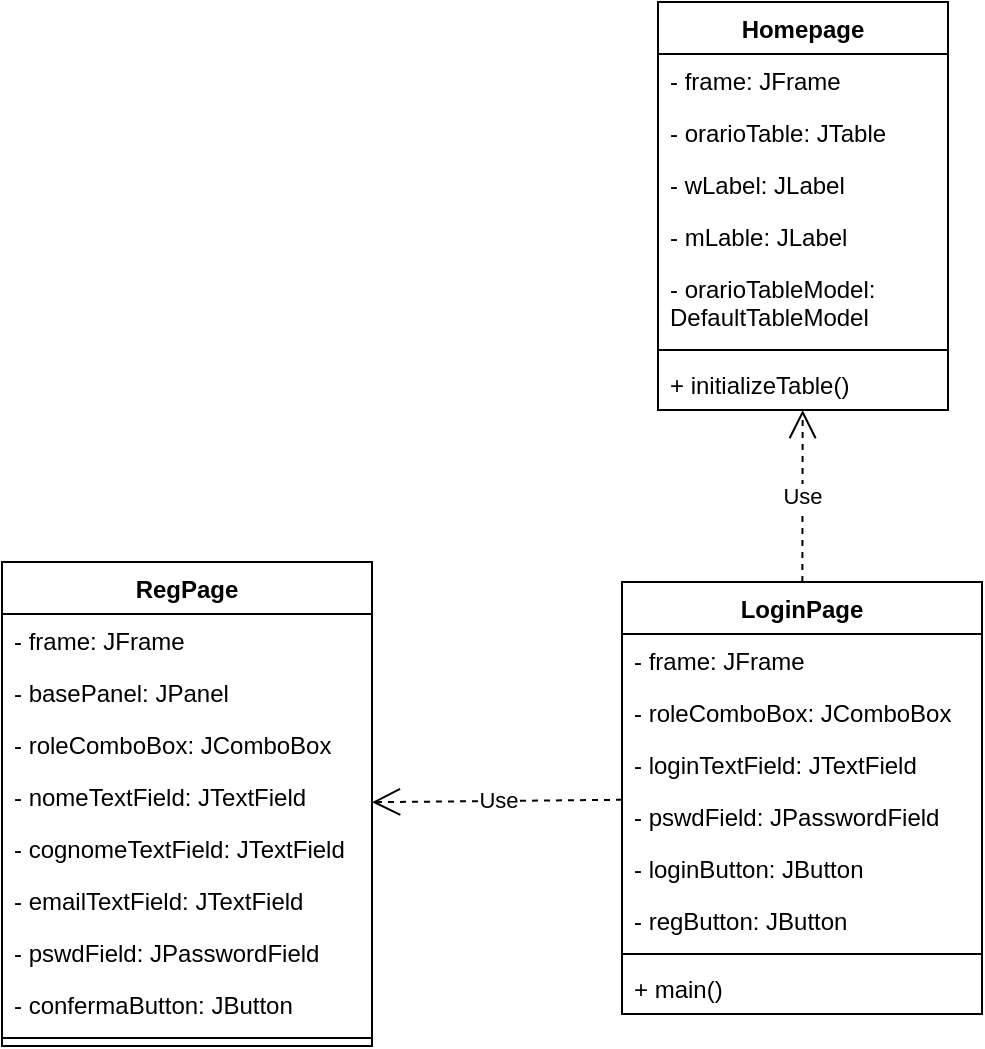
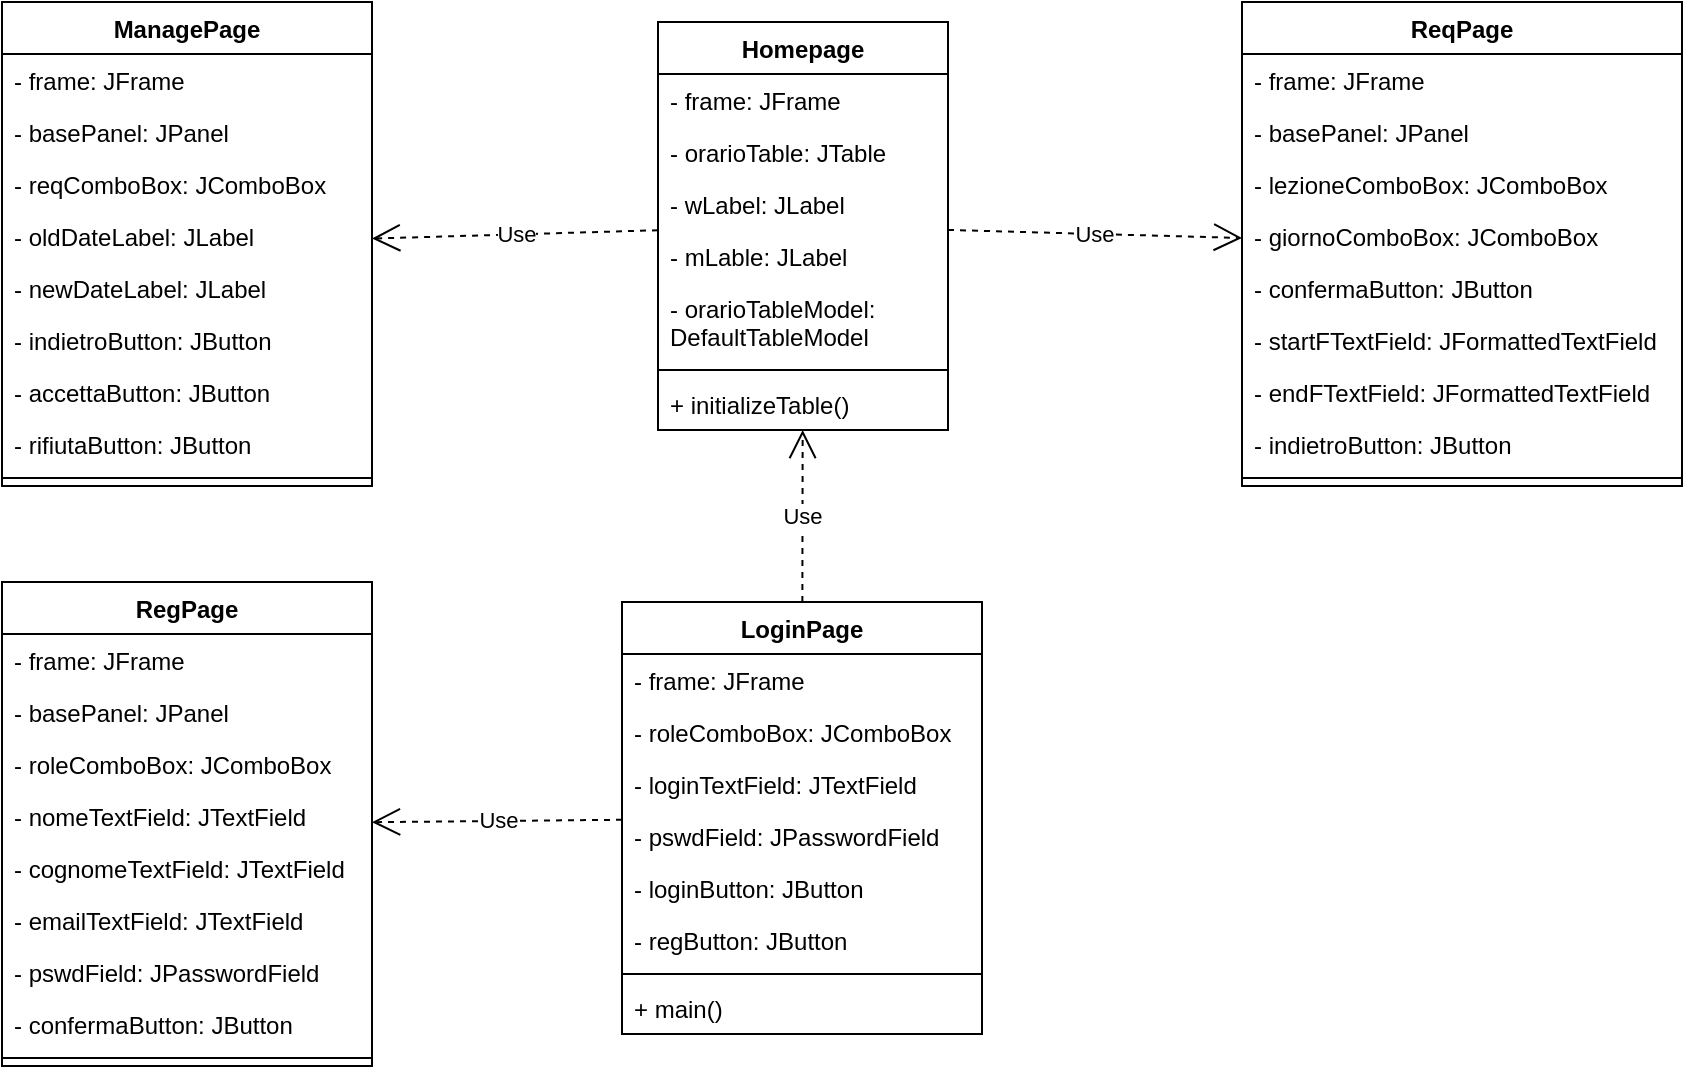
- <mxfile host="Electron" agent="Mozilla/5.0 (X11; Linux x86_64) AppleWebKit/537.36 (KHTML, like Gecko) draw.io/29.6.6 Chrome/144.0.7559.236 Electron/40.8.4 Safari/537.36" version="29.6.6">
+ <mxfile host="app.diagrams.net" agent="Mozilla/5.0 (X11; Linux x86_64) AppleWebKit/537.36 (KHTML, like Gecko) draw.io/29.6.6 Chrome/144.0.7559.236 Electron/40.8.4 Safari/537.36">
  <diagram name="Page-1" id="aBsv0IOiQRZ9T9_afBwG">
-     <mxGraphModel dx="691" dy="862" grid="1" gridSize="10" guides="1" tooltips="1" connect="1" arrows="1" fold="1" page="1" pageScale="1" pageWidth="850" pageHeight="1100" math="0" shadow="0">
+     <mxGraphModel dx="1030" dy="577" grid="1" gridSize="10" guides="1" tooltips="1" connect="1" arrows="1" fold="1" page="1" pageScale="1" pageWidth="850" pageHeight="1100" math="0" shadow="0">
      <root>
        <mxCell id="0" />
        <mxCell id="1" parent="0" />
        <mxCell id="uZw-DE3QauHb4pej0JbW-1" parent="1" style="swimlane;fontStyle=1;align=center;verticalAlign=top;childLayout=stackLayout;horizontal=1;startSize=26;horizontalStack=0;resizeParent=1;resizeParentMax=0;resizeLast=0;collapsible=1;marginBottom=0;whiteSpace=wrap;html=1;" value="Homepage" vertex="1">
          <mxGeometry height="204" width="145" x="458" y="80" as="geometry" />
        </mxCell>
        <mxCell id="uZw-DE3QauHb4pej0JbW-2" parent="uZw-DE3QauHb4pej0JbW-1" style="text;strokeColor=none;fillColor=none;align=left;verticalAlign=top;spacingLeft=4;spacingRight=4;overflow=hidden;rotatable=0;points=[[0,0.5],[1,0.5]];portConstraint=eastwest;whiteSpace=wrap;html=1;" value="- frame: JFrame" vertex="1">
          <mxGeometry height="26" width="145" y="26" as="geometry" />
        </mxCell>
        <mxCell id="uZw-DE3QauHb4pej0JbW-5" parent="uZw-DE3QauHb4pej0JbW-1" style="text;strokeColor=none;fillColor=none;align=left;verticalAlign=top;spacingLeft=4;spacingRight=4;overflow=hidden;rotatable=0;points=[[0,0.5],[1,0.5]];portConstraint=eastwest;whiteSpace=wrap;html=1;" value="- orarioTable: JTable" vertex="1">
          <mxGeometry height="26" width="145" y="52" as="geometry" />
        </mxCell>
        <mxCell id="uZw-DE3QauHb4pej0JbW-6" parent="uZw-DE3QauHb4pej0JbW-1" style="text;strokeColor=none;fillColor=none;align=left;verticalAlign=top;spacingLeft=4;spacingRight=4;overflow=hidden;rotatable=0;points=[[0,0.5],[1,0.5]];portConstraint=eastwest;whiteSpace=wrap;html=1;" value="- wLabel: JLabel" vertex="1">
          <mxGeometry height="26" width="145" y="78" as="geometry" />
        </mxCell>
        <mxCell id="uZw-DE3QauHb4pej0JbW-8" parent="uZw-DE3QauHb4pej0JbW-1" style="text;strokeColor=none;fillColor=none;align=left;verticalAlign=top;spacingLeft=4;spacingRight=4;overflow=hidden;rotatable=0;points=[[0,0.5],[1,0.5]];portConstraint=eastwest;whiteSpace=wrap;html=1;" value="- mLable: JLabel" vertex="1">
          <mxGeometry height="26" width="145" y="104" as="geometry" />
        </mxCell>
        <mxCell id="uZw-DE3QauHb4pej0JbW-7" parent="uZw-DE3QauHb4pej0JbW-1" style="text;strokeColor=none;fillColor=none;align=left;verticalAlign=top;spacingLeft=4;spacingRight=4;overflow=hidden;rotatable=0;points=[[0,0.5],[1,0.5]];portConstraint=eastwest;whiteSpace=wrap;html=1;" value="- orarioTableModel: DefaultTableModel" vertex="1">
          <mxGeometry height="40" width="145" y="130" as="geometry" />
        </mxCell>
        <mxCell id="uZw-DE3QauHb4pej0JbW-3" parent="uZw-DE3QauHb4pej0JbW-1" style="line;strokeWidth=1;fillColor=none;align=left;verticalAlign=middle;spacingTop=-1;spacingLeft=3;spacingRight=3;rotatable=0;labelPosition=right;points=[];portConstraint=eastwest;strokeColor=inherit;" value="" vertex="1">
          <mxGeometry height="8" width="145" y="170" as="geometry" />
        </mxCell>
        <mxCell id="uZw-DE3QauHb4pej0JbW-4" parent="uZw-DE3QauHb4pej0JbW-1" style="text;strokeColor=none;fillColor=none;align=left;verticalAlign=top;spacingLeft=4;spacingRight=4;overflow=hidden;rotatable=0;points=[[0,0.5],[1,0.5]];portConstraint=eastwest;whiteSpace=wrap;html=1;" value="+ initializeTable()" vertex="1">
          <mxGeometry height="26" width="145" y="178" as="geometry" />
        </mxCell>
        <mxCell id="uZw-DE3QauHb4pej0JbW-9" parent="1" style="swimlane;fontStyle=1;align=center;verticalAlign=top;childLayout=stackLayout;horizontal=1;startSize=26;horizontalStack=0;resizeParent=1;resizeParentMax=0;resizeLast=0;collapsible=1;marginBottom=0;whiteSpace=wrap;html=1;" value="LoginPage" vertex="1">
          <mxGeometry height="216" width="180" x="440" y="370" as="geometry" />
        </mxCell>
        <mxCell id="uZw-DE3QauHb4pej0JbW-13" parent="uZw-DE3QauHb4pej0JbW-9" style="text;strokeColor=none;fillColor=none;align=left;verticalAlign=top;spacingLeft=4;spacingRight=4;overflow=hidden;rotatable=0;points=[[0,0.5],[1,0.5]];portConstraint=eastwest;whiteSpace=wrap;html=1;" value="- frame: JFrame" vertex="1">
          <mxGeometry height="26" width="180" y="26" as="geometry" />
        </mxCell>
        <mxCell id="uZw-DE3QauHb4pej0JbW-17" parent="uZw-DE3QauHb4pej0JbW-9" style="text;strokeColor=none;fillColor=none;align=left;verticalAlign=top;spacingLeft=4;spacingRight=4;overflow=hidden;rotatable=0;points=[[0,0.5],[1,0.5]];portConstraint=eastwest;whiteSpace=wrap;html=1;" value="- roleComboBox: JComboBox" vertex="1">
          <mxGeometry height="26" width="180" y="52" as="geometry" />
        </mxCell>
        <mxCell id="uZw-DE3QauHb4pej0JbW-18" parent="uZw-DE3QauHb4pej0JbW-9" style="text;strokeColor=none;fillColor=none;align=left;verticalAlign=top;spacingLeft=4;spacingRight=4;overflow=hidden;rotatable=0;points=[[0,0.5],[1,0.5]];portConstraint=eastwest;whiteSpace=wrap;html=1;" value="- loginTextField: JTextField" vertex="1">
          <mxGeometry height="26" width="180" y="78" as="geometry" />
        </mxCell>
        <mxCell id="uZw-DE3QauHb4pej0JbW-16" parent="uZw-DE3QauHb4pej0JbW-9" style="text;strokeColor=none;fillColor=none;align=left;verticalAlign=top;spacingLeft=4;spacingRight=4;overflow=hidden;rotatable=0;points=[[0,0.5],[1,0.5]];portConstraint=eastwest;whiteSpace=wrap;html=1;" value="- pswdField: JPasswordField" vertex="1">
          <mxGeometry height="26" width="180" y="104" as="geometry" />
        </mxCell>
        <mxCell id="uZw-DE3QauHb4pej0JbW-19" parent="uZw-DE3QauHb4pej0JbW-9" style="text;strokeColor=none;fillColor=none;align=left;verticalAlign=top;spacingLeft=4;spacingRight=4;overflow=hidden;rotatable=0;points=[[0,0.5],[1,0.5]];portConstraint=eastwest;whiteSpace=wrap;html=1;" value="- loginButton: JButton" vertex="1">
          <mxGeometry height="26" width="180" y="130" as="geometry" />
        </mxCell>
        <mxCell id="uZw-DE3QauHb4pej0JbW-20" parent="uZw-DE3QauHb4pej0JbW-9" style="text;strokeColor=none;fillColor=none;align=left;verticalAlign=top;spacingLeft=4;spacingRight=4;overflow=hidden;rotatable=0;points=[[0,0.5],[1,0.5]];portConstraint=eastwest;whiteSpace=wrap;html=1;" value="- regButton: JButton" vertex="1">
          <mxGeometry height="26" width="180" y="156" as="geometry" />
        </mxCell>
        <mxCell id="uZw-DE3QauHb4pej0JbW-11" parent="uZw-DE3QauHb4pej0JbW-9" style="line;strokeWidth=1;fillColor=none;align=left;verticalAlign=middle;spacingTop=-1;spacingLeft=3;spacingRight=3;rotatable=0;labelPosition=right;points=[];portConstraint=eastwest;strokeColor=inherit;" value="" vertex="1">
          <mxGeometry height="8" width="180" y="182" as="geometry" />
        </mxCell>
        <mxCell id="uZw-DE3QauHb4pej0JbW-12" parent="uZw-DE3QauHb4pej0JbW-9" style="text;strokeColor=none;fillColor=none;align=left;verticalAlign=top;spacingLeft=4;spacingRight=4;overflow=hidden;rotatable=0;points=[[0,0.5],[1,0.5]];portConstraint=eastwest;whiteSpace=wrap;html=1;" value="+ main()" vertex="1">
          <mxGeometry height="26" width="180" y="190" as="geometry" />
        </mxCell>
        <mxCell id="JjeZCCtWmsHuJB23ZqL8-1" parent="1" style="swimlane;fontStyle=1;align=center;verticalAlign=top;childLayout=stackLayout;horizontal=1;startSize=26;horizontalStack=0;resizeParent=1;resizeParentMax=0;resizeLast=0;collapsible=1;marginBottom=0;whiteSpace=wrap;html=1;" value="RegPage" vertex="1">
          <mxGeometry height="242" width="185" x="130" y="360" as="geometry" />
        </mxCell>
        <mxCell id="JjeZCCtWmsHuJB23ZqL8-6" parent="JjeZCCtWmsHuJB23ZqL8-1" style="text;strokeColor=none;fillColor=none;align=left;verticalAlign=top;spacingLeft=4;spacingRight=4;overflow=hidden;rotatable=0;points=[[0,0.5],[1,0.5]];portConstraint=eastwest;whiteSpace=wrap;html=1;" value="- frame: JFrame" vertex="1">
          <mxGeometry height="26" width="185" y="26" as="geometry" />
        </mxCell>
        <mxCell id="JjeZCCtWmsHuJB23ZqL8-7" parent="JjeZCCtWmsHuJB23ZqL8-1" style="text;strokeColor=none;fillColor=none;align=left;verticalAlign=top;spacingLeft=4;spacingRight=4;overflow=hidden;rotatable=0;points=[[0,0.5],[1,0.5]];portConstraint=eastwest;whiteSpace=wrap;html=1;" value="- basePanel: JPanel" vertex="1">
          <mxGeometry height="26" width="185" y="52" as="geometry" />
        </mxCell>
        <mxCell id="JjeZCCtWmsHuJB23ZqL8-9" parent="JjeZCCtWmsHuJB23ZqL8-1" style="text;strokeColor=none;fillColor=none;align=left;verticalAlign=top;spacingLeft=4;spacingRight=4;overflow=hidden;rotatable=0;points=[[0,0.5],[1,0.5]];portConstraint=eastwest;whiteSpace=wrap;html=1;" value="- roleComboBox: JComboBox" vertex="1">
          <mxGeometry height="26" width="185" y="78" as="geometry" />
        </mxCell>
        <mxCell id="JjeZCCtWmsHuJB23ZqL8-8" parent="JjeZCCtWmsHuJB23ZqL8-1" style="text;strokeColor=none;fillColor=none;align=left;verticalAlign=top;spacingLeft=4;spacingRight=4;overflow=hidden;rotatable=0;points=[[0,0.5],[1,0.5]];portConstraint=eastwest;whiteSpace=wrap;html=1;" value="- nomeTextField: JTextField" vertex="1">
          <mxGeometry height="26" width="185" y="104" as="geometry" />
        </mxCell>
        <mxCell id="JjeZCCtWmsHuJB23ZqL8-11" parent="JjeZCCtWmsHuJB23ZqL8-1" style="text;strokeColor=none;fillColor=none;align=left;verticalAlign=top;spacingLeft=4;spacingRight=4;overflow=hidden;rotatable=0;points=[[0,0.5],[1,0.5]];portConstraint=eastwest;whiteSpace=wrap;html=1;" value="- cognomeTextField: JTextField" vertex="1">
          <mxGeometry height="26" width="185" y="130" as="geometry" />
        </mxCell>
        <mxCell id="JjeZCCtWmsHuJB23ZqL8-14" parent="JjeZCCtWmsHuJB23ZqL8-1" style="text;strokeColor=none;fillColor=none;align=left;verticalAlign=top;spacingLeft=4;spacingRight=4;overflow=hidden;rotatable=0;points=[[0,0.5],[1,0.5]];portConstraint=eastwest;whiteSpace=wrap;html=1;" value="- emailTextField: JTextField" vertex="1">
          <mxGeometry height="26" width="185" y="156" as="geometry" />
        </mxCell>
        <mxCell id="JjeZCCtWmsHuJB23ZqL8-12" parent="JjeZCCtWmsHuJB23ZqL8-1" style="text;strokeColor=none;fillColor=none;align=left;verticalAlign=top;spacingLeft=4;spacingRight=4;overflow=hidden;rotatable=0;points=[[0,0.5],[1,0.5]];portConstraint=eastwest;whiteSpace=wrap;html=1;" value="- pswdField: JPasswordField" vertex="1">
          <mxGeometry height="26" width="185" y="182" as="geometry" />
        </mxCell>
        <mxCell id="JjeZCCtWmsHuJB23ZqL8-13" parent="JjeZCCtWmsHuJB23ZqL8-1" style="text;strokeColor=none;fillColor=none;align=left;verticalAlign=top;spacingLeft=4;spacingRight=4;overflow=hidden;rotatable=0;points=[[0,0.5],[1,0.5]];portConstraint=eastwest;whiteSpace=wrap;html=1;" value="- confermaButton: JButton" vertex="1">
          <mxGeometry height="26" width="185" y="208" as="geometry" />
        </mxCell>
        <mxCell id="JjeZCCtWmsHuJB23ZqL8-3" parent="JjeZCCtWmsHuJB23ZqL8-1" style="line;strokeWidth=1;fillColor=none;align=left;verticalAlign=middle;spacingTop=-1;spacingLeft=3;spacingRight=3;rotatable=0;labelPosition=right;points=[];portConstraint=eastwest;strokeColor=inherit;" value="" vertex="1">
          <mxGeometry height="8" width="185" y="234" as="geometry" />
        </mxCell>
        <mxCell id="JjeZCCtWmsHuJB23ZqL8-15" edge="1" parent="1" source="uZw-DE3QauHb4pej0JbW-9" style="endArrow=open;endSize=12;dashed=1;html=1;rounded=0;" target="JjeZCCtWmsHuJB23ZqL8-1" value="Use">
          <mxGeometry relative="1" width="160" as="geometry">
            <mxPoint x="300" y="440" as="sourcePoint" />
            <mxPoint x="460" y="440" as="targetPoint" />
          </mxGeometry>
        </mxCell>
        <mxCell id="JjeZCCtWmsHuJB23ZqL8-16" edge="1" parent="1" source="uZw-DE3QauHb4pej0JbW-9" style="endArrow=open;endSize=12;dashed=1;html=1;rounded=0;" target="uZw-DE3QauHb4pej0JbW-1" value="Use">
          <mxGeometry relative="1" width="160" as="geometry">
            <mxPoint x="545" y="480" as="sourcePoint" />
            <mxPoint x="420" y="481" as="targetPoint" />
          </mxGeometry>
        </mxCell>
+         <mxCell id="9qRO1XkaTojXM14kUFWs-1" parent="1" style="swimlane;fontStyle=1;align=center;verticalAlign=top;childLayout=stackLayout;horizontal=1;startSize=26;horizontalStack=0;resizeParent=1;resizeParentMax=0;resizeLast=0;collapsible=1;marginBottom=0;whiteSpace=wrap;html=1;" value="ManagePage" vertex="1">
+           <mxGeometry height="242" width="185" x="130" y="70" as="geometry" />
+         </mxCell>
+         <mxCell id="9qRO1XkaTojXM14kUFWs-2" parent="9qRO1XkaTojXM14kUFWs-1" style="text;strokeColor=none;fillColor=none;align=left;verticalAlign=top;spacingLeft=4;spacingRight=4;overflow=hidden;rotatable=0;points=[[0,0.5],[1,0.5]];portConstraint=eastwest;whiteSpace=wrap;html=1;" value="- frame: JFrame" vertex="1">
+           <mxGeometry height="26" width="185" y="26" as="geometry" />
+         </mxCell>
+         <mxCell id="9qRO1XkaTojXM14kUFWs-3" parent="9qRO1XkaTojXM14kUFWs-1" style="text;strokeColor=none;fillColor=none;align=left;verticalAlign=top;spacingLeft=4;spacingRight=4;overflow=hidden;rotatable=0;points=[[0,0.5],[1,0.5]];portConstraint=eastwest;whiteSpace=wrap;html=1;" value="- basePanel: JPanel" vertex="1">
+           <mxGeometry height="26" width="185" y="52" as="geometry" />
+         </mxCell>
+         <mxCell id="9qRO1XkaTojXM14kUFWs-4" parent="9qRO1XkaTojXM14kUFWs-1" style="text;strokeColor=none;fillColor=none;align=left;verticalAlign=top;spacingLeft=4;spacingRight=4;overflow=hidden;rotatable=0;points=[[0,0.5],[1,0.5]];portConstraint=eastwest;whiteSpace=wrap;html=1;" value="- reqComboBox: JComboBox" vertex="1">
+           <mxGeometry height="26" width="185" y="78" as="geometry" />
+         </mxCell>
+         <mxCell id="9qRO1XkaTojXM14kUFWs-12" parent="9qRO1XkaTojXM14kUFWs-1" style="text;strokeColor=none;fillColor=none;align=left;verticalAlign=top;spacingLeft=4;spacingRight=4;overflow=hidden;rotatable=0;points=[[0,0.5],[1,0.5]];portConstraint=eastwest;whiteSpace=wrap;html=1;" value="- oldDateLabel: JLabel" vertex="1">
+           <mxGeometry height="26" width="185" y="104" as="geometry" />
+         </mxCell>
+         <mxCell id="9qRO1XkaTojXM14kUFWs-5" parent="9qRO1XkaTojXM14kUFWs-1" style="text;strokeColor=none;fillColor=none;align=left;verticalAlign=top;spacingLeft=4;spacingRight=4;overflow=hidden;rotatable=0;points=[[0,0.5],[1,0.5]];portConstraint=eastwest;whiteSpace=wrap;html=1;" value="- newDateLabel: JLabel" vertex="1">
+           <mxGeometry height="26" width="185" y="130" as="geometry" />
+         </mxCell>
+         <mxCell id="9qRO1XkaTojXM14kUFWs-13" parent="9qRO1XkaTojXM14kUFWs-1" style="text;strokeColor=none;fillColor=none;align=left;verticalAlign=top;spacingLeft=4;spacingRight=4;overflow=hidden;rotatable=0;points=[[0,0.5],[1,0.5]];portConstraint=eastwest;whiteSpace=wrap;html=1;" value="- indietroButton: JButton" vertex="1">
+           <mxGeometry height="26" width="185" y="156" as="geometry" />
+         </mxCell>
+         <mxCell id="9qRO1XkaTojXM14kUFWs-9" parent="9qRO1XkaTojXM14kUFWs-1" style="text;strokeColor=none;fillColor=none;align=left;verticalAlign=top;spacingLeft=4;spacingRight=4;overflow=hidden;rotatable=0;points=[[0,0.5],[1,0.5]];portConstraint=eastwest;whiteSpace=wrap;html=1;" value="- accettaButton: JButton" vertex="1">
+           <mxGeometry height="26" width="185" y="182" as="geometry" />
+         </mxCell>
+         <mxCell id="9qRO1XkaTojXM14kUFWs-11" parent="9qRO1XkaTojXM14kUFWs-1" style="text;strokeColor=none;fillColor=none;align=left;verticalAlign=top;spacingLeft=4;spacingRight=4;overflow=hidden;rotatable=0;points=[[0,0.5],[1,0.5]];portConstraint=eastwest;whiteSpace=wrap;html=1;" value="- rifiutaButton: JButton" vertex="1">
+           <mxGeometry height="26" width="185" y="208" as="geometry" />
+         </mxCell>
+         <mxCell id="9qRO1XkaTojXM14kUFWs-10" parent="9qRO1XkaTojXM14kUFWs-1" style="line;strokeWidth=1;fillColor=none;align=left;verticalAlign=middle;spacingTop=-1;spacingLeft=3;spacingRight=3;rotatable=0;labelPosition=right;points=[];portConstraint=eastwest;strokeColor=inherit;" value="" vertex="1">
+           <mxGeometry height="8" width="185" y="234" as="geometry" />
+         </mxCell>
+         <mxCell id="9qRO1XkaTojXM14kUFWs-14" edge="1" parent="1" source="uZw-DE3QauHb4pej0JbW-1" style="endArrow=open;endSize=12;dashed=1;html=1;rounded=0;" target="9qRO1XkaTojXM14kUFWs-1" value="Use">
+           <mxGeometry relative="1" width="160" as="geometry">
+             <mxPoint x="650" y="436" as="sourcePoint" />
+             <mxPoint x="650" y="350" as="targetPoint" />
+           </mxGeometry>
+         </mxCell>
+         <mxCell id="9qRO1XkaTojXM14kUFWs-15" parent="1" style="swimlane;fontStyle=1;align=center;verticalAlign=top;childLayout=stackLayout;horizontal=1;startSize=26;horizontalStack=0;resizeParent=1;resizeParentMax=0;resizeLast=0;collapsible=1;marginBottom=0;whiteSpace=wrap;html=1;" value="ReqPage" vertex="1">
+           <mxGeometry height="242" width="220" x="750" y="70" as="geometry" />
+         </mxCell>
+         <mxCell id="9qRO1XkaTojXM14kUFWs-16" parent="9qRO1XkaTojXM14kUFWs-15" style="text;strokeColor=none;fillColor=none;align=left;verticalAlign=top;spacingLeft=4;spacingRight=4;overflow=hidden;rotatable=0;points=[[0,0.5],[1,0.5]];portConstraint=eastwest;whiteSpace=wrap;html=1;" value="- frame: JFrame" vertex="1">
+           <mxGeometry height="26" width="220" y="26" as="geometry" />
+         </mxCell>
+         <mxCell id="9qRO1XkaTojXM14kUFWs-17" parent="9qRO1XkaTojXM14kUFWs-15" style="text;strokeColor=none;fillColor=none;align=left;verticalAlign=top;spacingLeft=4;spacingRight=4;overflow=hidden;rotatable=0;points=[[0,0.5],[1,0.5]];portConstraint=eastwest;whiteSpace=wrap;html=1;" value="- basePanel: JPanel" vertex="1">
+           <mxGeometry height="26" width="220" y="52" as="geometry" />
+         </mxCell>
+         <mxCell id="9qRO1XkaTojXM14kUFWs-18" parent="9qRO1XkaTojXM14kUFWs-15" style="text;strokeColor=none;fillColor=none;align=left;verticalAlign=top;spacingLeft=4;spacingRight=4;overflow=hidden;rotatable=0;points=[[0,0.5],[1,0.5]];portConstraint=eastwest;whiteSpace=wrap;html=1;" value="- lezioneComboBox: JComboBox" vertex="1">
+           <mxGeometry height="26" width="220" y="78" as="geometry" />
+         </mxCell>
+         <mxCell id="9qRO1XkaTojXM14kUFWs-19" parent="9qRO1XkaTojXM14kUFWs-15" style="text;strokeColor=none;fillColor=none;align=left;verticalAlign=top;spacingLeft=4;spacingRight=4;overflow=hidden;rotatable=0;points=[[0,0.5],[1,0.5]];portConstraint=eastwest;whiteSpace=wrap;html=1;" value="- giornoComboBox: JComboBox" vertex="1">
+           <mxGeometry height="26" width="220" y="104" as="geometry" />
+         </mxCell>
+         <mxCell id="9qRO1XkaTojXM14kUFWs-22" parent="9qRO1XkaTojXM14kUFWs-15" style="text;strokeColor=none;fillColor=none;align=left;verticalAlign=top;spacingLeft=4;spacingRight=4;overflow=hidden;rotatable=0;points=[[0,0.5],[1,0.5]];portConstraint=eastwest;whiteSpace=wrap;html=1;" value="- confermaButton: JButton" vertex="1">
+           <mxGeometry height="26" width="220" y="130" as="geometry" />
+         </mxCell>
+         <mxCell id="9qRO1XkaTojXM14kUFWs-20" parent="9qRO1XkaTojXM14kUFWs-15" style="text;strokeColor=none;fillColor=none;align=left;verticalAlign=top;spacingLeft=4;spacingRight=4;overflow=hidden;rotatable=0;points=[[0,0.5],[1,0.5]];portConstraint=eastwest;whiteSpace=wrap;html=1;" value="- startFTextField: JFormattedTextField" vertex="1">
+           <mxGeometry height="26" width="220" y="156" as="geometry" />
+         </mxCell>
+         <mxCell id="9qRO1XkaTojXM14kUFWs-28" parent="9qRO1XkaTojXM14kUFWs-15" style="text;strokeColor=none;fillColor=none;align=left;verticalAlign=top;spacingLeft=4;spacingRight=4;overflow=hidden;rotatable=0;points=[[0,0.5],[1,0.5]];portConstraint=eastwest;whiteSpace=wrap;html=1;" value="- endFTextField: JFormattedTextField" vertex="1">
+           <mxGeometry height="26" width="220" y="182" as="geometry" />
+         </mxCell>
+         <mxCell id="9qRO1XkaTojXM14kUFWs-21" parent="9qRO1XkaTojXM14kUFWs-15" style="text;strokeColor=none;fillColor=none;align=left;verticalAlign=top;spacingLeft=4;spacingRight=4;overflow=hidden;rotatable=0;points=[[0,0.5],[1,0.5]];portConstraint=eastwest;whiteSpace=wrap;html=1;" value="- indietroButton: JButton" vertex="1">
+           <mxGeometry height="26" width="220" y="208" as="geometry" />
+         </mxCell>
+         <mxCell id="9qRO1XkaTojXM14kUFWs-24" parent="9qRO1XkaTojXM14kUFWs-15" style="line;strokeWidth=1;fillColor=none;align=left;verticalAlign=middle;spacingTop=-1;spacingLeft=3;spacingRight=3;rotatable=0;labelPosition=right;points=[];portConstraint=eastwest;strokeColor=inherit;" value="" vertex="1">
+           <mxGeometry height="8" width="220" y="234" as="geometry" />
+         </mxCell>
+         <mxCell id="9qRO1XkaTojXM14kUFWs-25" edge="1" parent="1" source="uZw-DE3QauHb4pej0JbW-1" style="endArrow=open;endSize=12;dashed=1;html=1;rounded=0;" target="9qRO1XkaTojXM14kUFWs-15" value="Use">
+           <mxGeometry relative="1" width="160" as="geometry">
+             <mxPoint x="1078" y="184" as="sourcePoint" />
+             <mxPoint x="1270" y="350" as="targetPoint" />
+           </mxGeometry>
+         </mxCell>
      </root>
    </mxGraphModel>
  </diagram>
</mxfile>
